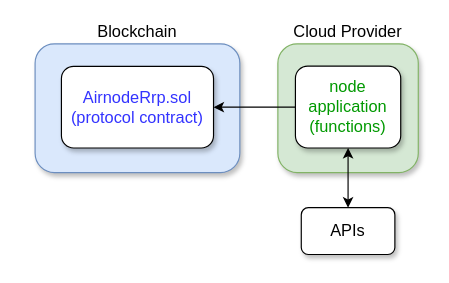
Earlier version of the draw.io diagram docs/airnode/v0.6/assets/diagrams/summary-airnode-2-parts.drawio (api3dao/old-api3-docs). Source tidied: cells renumbered, new cells numbered last; positions are measured from the earlier drawing's top-left corner, leaving out a move shared by most shapes. Both pictures are drawn from the tidied source at 117%, with x=0, y=0 at pixel (20, 20).
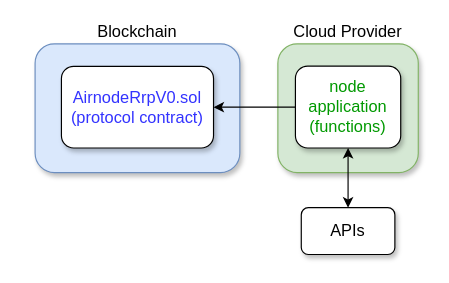
The same page after the edit.

Change to the diagram source:
```diff
@@
 <mxGraphModel>
   <root>
     <mxCell id="0" />
     <mxCell id="1" parent="0" />
     <mxCell id="2" style="rounded=1;whiteSpace=wrap;html=1;fillColor=#d5e8d4;strokeColor=#82b366;shadow=1;" parent="1" vertex="1">
       <mxGeometry x="220" y="20" width="120" height="110" as="geometry" />
     </mxCell>
     <mxCell id="3" value="&lt;font style=&quot;font-size: 14px&quot;&gt;APIs&lt;/font&gt;" style="rounded=1;whiteSpace=wrap;html=1;shadow=1;" parent="1" vertex="1">
       <mxGeometry x="240" y="160" width="80" height="40" as="geometry" />
     </mxCell>
     <mxCell id="4" style="edgeStyle=orthogonalEdgeStyle;rounded=0;jettySize=auto;html=1;entryX=0.5;entryY=0;entryDx=0;entryDy=0;startArrow=classic;startFill=1;" parent="1" edge="1" source="5" target="3">
       <mxGeometry relative="1" as="geometry" />
     </mxCell>
     <mxCell id="5" value="&lt;font style=&quot;font-size: 14px&quot; color=&quot;#009900&quot;&gt;node&lt;br&gt;application&lt;br&gt;(functions)&lt;/font&gt;" style="rounded=1;whiteSpace=wrap;html=1;shadow=1;" parent="1" vertex="1">
       <mxGeometry x="235" y="39" width="90" height="70" as="geometry" />
     </mxCell>
     <mxCell id="6" style="rounded=1;whiteSpace=wrap;html=1;fillColor=#dae8fc;strokeColor=#6c8ebf;shadow=1;" parent="1" vertex="1">
       <mxGeometry x="12.5" y="20" width="175" height="110" as="geometry" />
     </mxCell>
     <mxCell id="7" value="Blockchain" style="text;html=1;strokeColor=none;fillColor=none;align=center;verticalAlign=middle;whiteSpace=wrap;rounded=0;fontSize=14;" parent="1" vertex="1">
       <mxGeometry width="200" height="20" as="geometry" />
     </mxCell>
     <mxCell id="8" style="edgeStyle=orthogonalEdgeStyle;rounded=0;jettySize=auto;html=1;exitX=1;exitY=0.5;exitDx=0;exitDy=0;entryX=0;entryY=0.5;entryDx=0;entryDy=0;startArrow=classic;startFill=1;strokeColor=#000000;endArrow=none;endFill=0;" parent="1" edge="1" source="10" target="5">
       <mxGeometry relative="1" as="geometry" />
     </mxCell>
     <mxCell id="9" value="&lt;span style=&quot;font-size: 14px&quot;&gt;Cloud Provider&lt;/span&gt;" style="text;html=1;strokeColor=none;fillColor=none;align=center;verticalAlign=middle;whiteSpace=wrap;rounded=0;fontStyle=0;fontSize=14;" parent="1" vertex="1">
       <mxGeometry x="210" width="140" height="20" as="geometry" />
     </mxCell>
-    <mxCell id="10" value="&lt;font style=&quot;font-size: 14px&quot; color=&quot;#3333ff&quot;&gt;AirnodeRrp.sol&lt;br&gt;(protocol contract)&lt;/font&gt;" style="rounded=1;whiteSpace=wrap;html=1;shadow=1;" parent="1" vertex="1">
+    <mxCell id="10" value="&lt;font style=&quot;font-size: 14px&quot; color=&quot;#3333ff&quot;&gt;AirnodeRrpV0.sol&lt;br&gt;(protocol contract)&lt;/font&gt;" style="rounded=1;whiteSpace=wrap;html=1;shadow=1;" parent="1" vertex="1">
       <mxGeometry x="35" y="39.2" width="130" height="69.8" as="geometry" />
     </mxCell>
   </root>
 </mxGraphModel>
```
